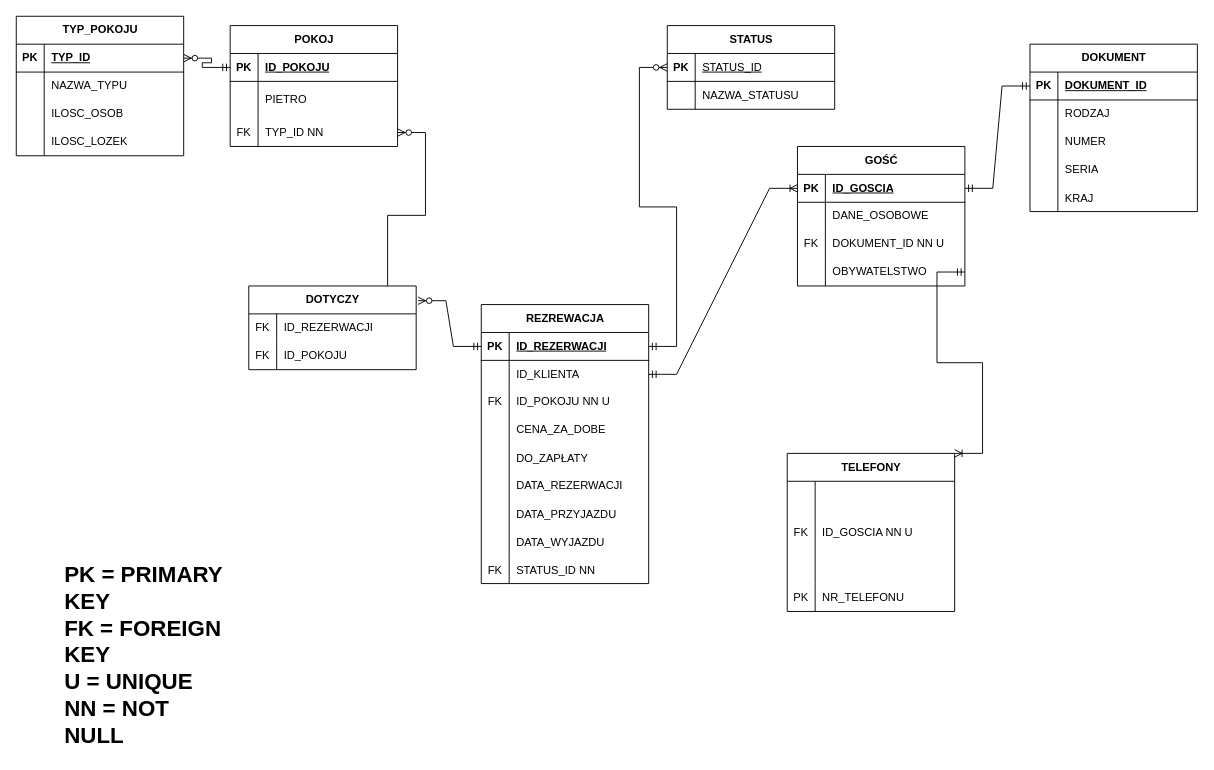
Before: diagram1.drawio in magzxy/school, a draw.io diagram. Source tidied: cells renumbered, new cells numbered last; positions are measured from the earlier drawing's top-left corner, leaving out a move shared by most shapes. Both pictures are drawn from the tidied source at 93%, with x=0, y=0 at pixel (16, 16).
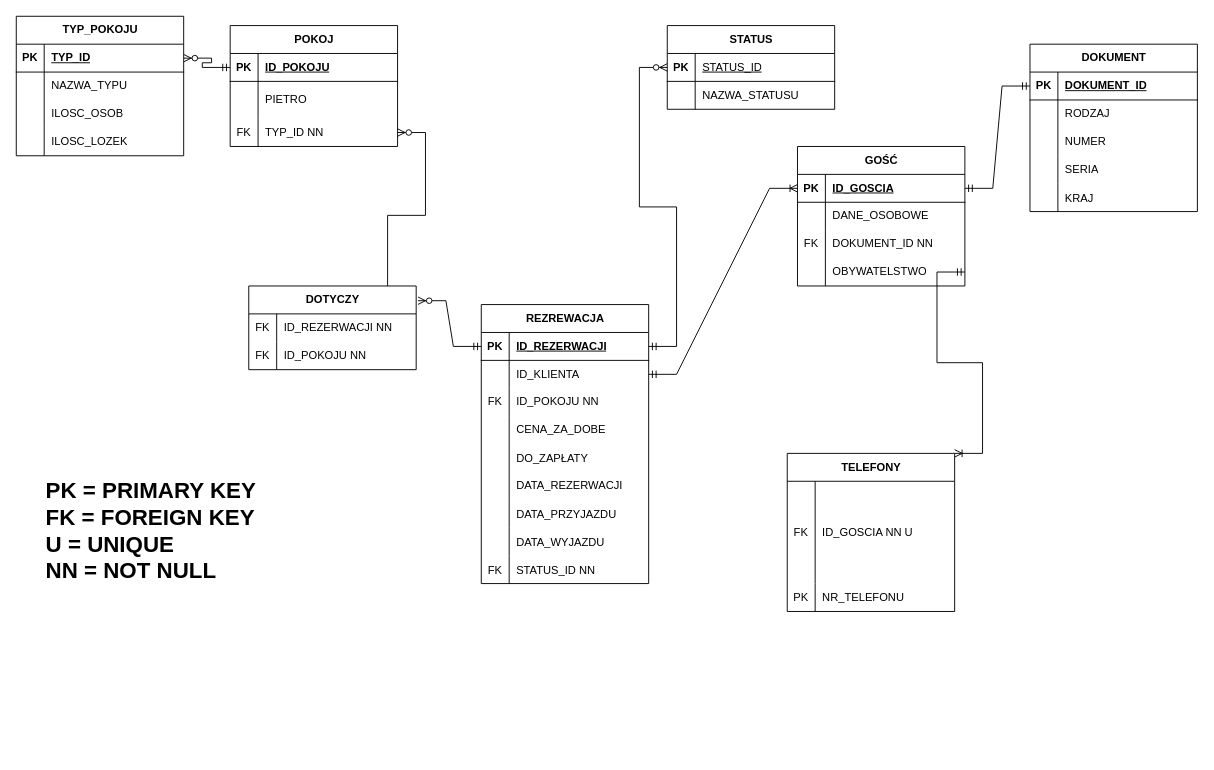
After the change.

The change refers to these unchanged cells:
```xml
<mxCell id="32" style="shape=tableRow;horizontal=0;startSize=0;swimlaneHead=0;swimlaneBody=0;fillColor=none;top=0;left=0;right=0;bottom=0;" parent="25" vertex="1">
  <mxGeometry y="90" width="180" height="30" as="geometry" />
</mxCell>
<mxCell id="67" style="shape=tableRow;horizontal=0;startSize=0;swimlaneHead=0;swimlaneBody=0;fillColor=none;top=0;left=0;right=0;bottom=0;" parent="60" vertex="1">
  <mxGeometry y="90" width="180" height="30" as="geometry" />
</mxCell>
<mxCell id="103" style="shape=tableRow;horizontal=0;startSize=0;swimlaneHead=0;swimlaneBody=0;fillColor=none;top=0;left=0;right=0;bottom=0;" parent="102" vertex="1">
  <mxGeometry y="30" width="180" height="30" as="geometry" />
</mxCell>
<mxCell id="106" style="shape=tableRow;horizontal=0;startSize=0;swimlaneHead=0;swimlaneBody=0;fillColor=none;top=0;left=0;right=0;bottom=0;" parent="102" vertex="1">
  <mxGeometry y="60" width="180" height="30" as="geometry" />
</mxCell>
```

What changed in the source:
```diff
@@
-    <mxCell id="34" value="ID_POKOJU NN U" style="shape=partialRectangle;fillColor=none;top=0;left=0;bottom=0;right=0;align=left;spacingLeft=6;overflow=hidden;whiteSpace=wrap;html=1;" parent="32" vertex="1">
+    <mxCell id="34" value="ID_POKOJU NN" style="shape=partialRectangle;fillColor=none;top=0;left=0;bottom=0;right=0;align=left;spacingLeft=6;overflow=hidden;whiteSpace=wrap;html=1;" parent="32" vertex="1">
       <mxGeometry x="30" width="150" height="30" as="geometry" />
     </mxCell>
@@
-    <mxCell id="69" value="DOKUMENT_ID NN U" style="shape=partialRectangle;fillColor=none;top=0;left=0;bottom=0;right=0;align=left;spacingLeft=6;overflow=hidden;whiteSpace=wrap;html=1;" parent="67" vertex="1">
+    <mxCell id="69" value="DOKUMENT_ID NN" style="shape=partialRectangle;fillColor=none;top=0;left=0;bottom=0;right=0;align=left;spacingLeft=6;overflow=hidden;whiteSpace=wrap;html=1;" parent="67" vertex="1">
       <mxGeometry x="30" width="150" height="30" as="geometry" />
     </mxCell>
@@
-    <mxCell id="105" value="ID_REZERWACJI" style="shape=partialRectangle;fillColor=none;top=0;left=0;bottom=0;right=0;align=left;spacingLeft=6;overflow=hidden;whiteSpace=wrap;html=1;" parent="103" vertex="1">
+    <mxCell id="105" value="ID_REZERWACJI NN" style="shape=partialRectangle;fillColor=none;top=0;left=0;bottom=0;right=0;align=left;spacingLeft=6;overflow=hidden;whiteSpace=wrap;html=1;" parent="103" vertex="1">
       <mxGeometry x="30" width="150" height="30" as="geometry" />
     </mxCell>
@@
-    <mxCell id="108" value="ID_POKOJU" style="shape=partialRectangle;fillColor=none;top=0;left=0;bottom=0;right=0;align=left;spacingLeft=6;overflow=hidden;whiteSpace=wrap;html=1;" parent="106" vertex="1">
+    <mxCell id="108" value="ID_POKOJU NN" style="shape=partialRectangle;fillColor=none;top=0;left=0;bottom=0;right=0;align=left;spacingLeft=6;overflow=hidden;whiteSpace=wrap;html=1;" parent="106" vertex="1">
       <mxGeometry x="30" width="150" height="30" as="geometry" />
     </mxCell>
     <mxCell id="109" value="&lt;h1 style=&quot;margin-top: 0px;&quot;&gt;PK = PRIMARY KEY&lt;br&gt;FK = FOREIGN KEY&lt;br&gt;U = UNIQUE&lt;br&gt;NN = NOT NULL&lt;/h1&gt;" style="text;html=1;whiteSpace=wrap;overflow=hidden;rounded=0;" parent="1" vertex="1">
-      <mxGeometry x="50" y="580" width="180" height="210" as="geometry" />
+      <mxGeometry x="30" y="490" width="270" height="210" as="geometry" />
     </mxCell>
@@
+    <mxCell id="111" style="edgeStyle=orthogonalEdgeStyle;rounded=0;orthogonalLoop=1;jettySize=auto;html=1;exitX=0.5;exitY=1;exitDx=0;exitDy=0;" parent="1" edge="1" source="109" target="109">
+      <mxGeometry relative="1" as="geometry" />
+    </mxCell>
```
